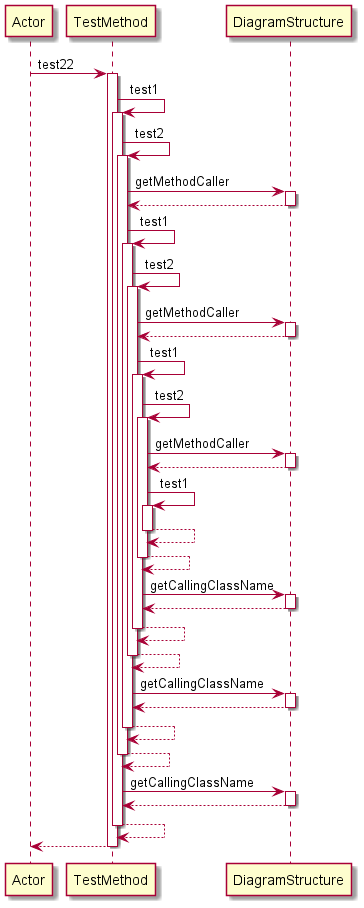
manucapo/Gardener keeps this PlantUML diagram as Diagrams/test22.png. Above is the earlier version.
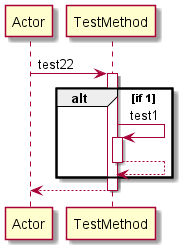
Above is the later version.

The edit, as a diff of the source:
```diff
@@ -2,57 +2,11 @@
 participant Actor
 Actor -> TestMethod: test22
 activate TestMethod
-TestMethod -> TestMethod: test1
-activate TestMethod
-TestMethod -> TestMethod: test2
-activate TestMethod
-TestMethod -> DiagramStructure: getMethodCaller
-activate DiagramStructure
-DiagramStructure-->TestMethod
-deactivate DiagramStructure
-TestMethod -> TestMethod: test1
-activate TestMethod
-TestMethod -> TestMethod: test2
-activate TestMethod
-TestMethod -> DiagramStructure: getMethodCaller
-activate DiagramStructure
-DiagramStructure-->TestMethod
-deactivate DiagramStructure
-TestMethod -> TestMethod: test1
-activate TestMethod
-TestMethod -> TestMethod: test2
-activate TestMethod
-TestMethod -> DiagramStructure: getMethodCaller
-activate DiagramStructure
-DiagramStructure-->TestMethod
-deactivate DiagramStructure
+alt if 1
 TestMethod -> TestMethod: test1
 activate TestMethod
 TestMethod-->TestMethod
 deactivate TestMethod
-TestMethod-->TestMethod
-deactivate TestMethod
-TestMethod -> DiagramStructure: getCallingClassName
-activate DiagramStructure
-DiagramStructure-->TestMethod
-deactivate DiagramStructure
-TestMethod-->TestMethod
-deactivate TestMethod
-TestMethod-->TestMethod
-deactivate TestMethod
-TestMethod -> DiagramStructure: getCallingClassName
-activate DiagramStructure
-DiagramStructure-->TestMethod
-deactivate DiagramStructure
-TestMethod-->TestMethod
-deactivate TestMethod
-TestMethod-->TestMethod
-deactivate TestMethod
-TestMethod -> DiagramStructure: getCallingClassName
-activate DiagramStructure
-DiagramStructure-->TestMethod
-deactivate DiagramStructure
-TestMethod-->TestMethod
-deactivate TestMethod
+end
 return
 @enduml
```
